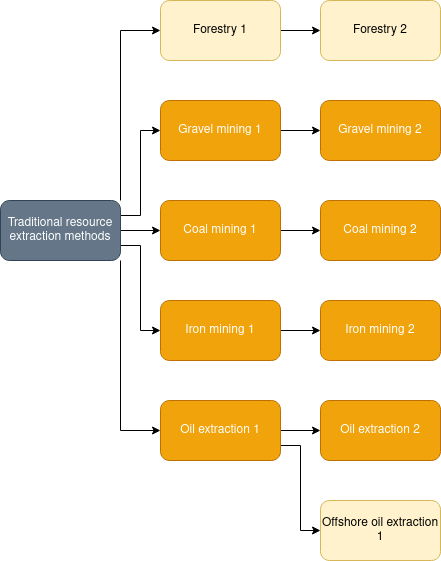
This is resources/primary-industries.png from cit1zen/workers-and-resources-community-tech-tree, a draw.io export, as it was before one commit. Source tidied: cells renumbered, new cells last; positions are measured from the earlier drawing's top-left corner, leaving out a move shared by most shapes. Source of this version:
```xml
<mxGraphModel>
  <root>
    <mxCell id="0" />
    <mxCell id="1" parent="0" />
    <mxCell id="2" style="edgeStyle=orthogonalEdgeStyle;rounded=0;jettySize=auto;html=1;exitX=1;exitY=0.5;exitDx=0;exitDy=0;entryX=0;entryY=0.5;entryDx=0;entryDy=0;" parent="1" edge="1" source="7" target="17">
      <mxGeometry relative="1" as="geometry" />
    </mxCell>
    <mxCell id="3" style="edgeStyle=orthogonalEdgeStyle;rounded=0;jettySize=auto;html=1;exitX=1;exitY=0.25;exitDx=0;exitDy=0;entryX=0;entryY=0.5;entryDx=0;entryDy=0;" parent="1" edge="1" source="7" target="20">
      <mxGeometry relative="1" as="geometry" />
    </mxCell>
    <mxCell id="4" style="edgeStyle=orthogonalEdgeStyle;rounded=0;jettySize=auto;html=1;exitX=1;exitY=0.75;exitDx=0;exitDy=0;entryX=0;entryY=0.5;entryDx=0;entryDy=0;" parent="1" edge="1" source="7" target="14">
      <mxGeometry relative="1" as="geometry" />
    </mxCell>
    <mxCell id="5" style="edgeStyle=orthogonalEdgeStyle;rounded=0;jettySize=auto;html=1;exitX=1;exitY=1;exitDx=0;exitDy=0;entryX=0;entryY=0.5;entryDx=0;entryDy=0;" parent="1" edge="1" source="7" target="10">
      <mxGeometry relative="1" as="geometry" />
    </mxCell>
    <mxCell id="6" style="edgeStyle=orthogonalEdgeStyle;rounded=0;jettySize=auto;html=1;exitX=1;exitY=0;exitDx=0;exitDy=0;entryX=0;entryY=0.5;entryDx=0;entryDy=0;" parent="1" edge="1" source="7" target="22">
      <mxGeometry relative="1" as="geometry" />
    </mxCell>
    <mxCell id="7" value="Traditional resource extraction methods" style="rounded=1;whiteSpace=wrap;html=1;fillColor=#647687;strokeColor=#314354;fontColor=#ffffff;" parent="1" vertex="1">
      <mxGeometry y="200" width="120" height="60" as="geometry" />
    </mxCell>
    <mxCell id="8" style="edgeStyle=orthogonalEdgeStyle;rounded=0;jettySize=auto;html=1;exitX=1;exitY=0.5;exitDx=0;exitDy=0;entryX=0;entryY=0.5;entryDx=0;entryDy=0;" parent="1" edge="1" source="10" target="11">
      <mxGeometry relative="1" as="geometry" />
    </mxCell>
    <mxCell id="9" style="edgeStyle=orthogonalEdgeStyle;rounded=0;jettySize=auto;html=1;exitX=1;exitY=0.75;exitDx=0;exitDy=0;entryX=0;entryY=0.5;entryDx=0;entryDy=0;" parent="1" edge="1" source="10" target="12">
      <mxGeometry relative="1" as="geometry" />
    </mxCell>
    <mxCell id="10" value="Oil extraction 1" style="rounded=1;whiteSpace=wrap;html=1;fillColor=#f0a30a;strokeColor=#BD7000;fontColor=#ffffff;" parent="1" vertex="1">
      <mxGeometry x="160" y="400" width="120" height="60" as="geometry" />
    </mxCell>
    <mxCell id="11" value="Oil extraction 2" style="rounded=1;whiteSpace=wrap;html=1;fillColor=#f0a30a;strokeColor=#BD7000;fontColor=#ffffff;" parent="1" vertex="1">
      <mxGeometry x="320" y="400" width="120" height="60" as="geometry" />
    </mxCell>
    <mxCell id="12" value="Offshore oil extraction 1" style="rounded=1;whiteSpace=wrap;html=1;fillColor=#fff2cc;strokeColor=#d6b656;" parent="1" vertex="1">
      <mxGeometry x="320" y="500" width="120" height="60" as="geometry" />
    </mxCell>
    <mxCell id="13" style="edgeStyle=orthogonalEdgeStyle;rounded=0;jettySize=auto;html=1;exitX=1;exitY=0.5;exitDx=0;exitDy=0;entryX=0;entryY=0.5;entryDx=0;entryDy=0;" parent="1" edge="1" source="14" target="15">
      <mxGeometry relative="1" as="geometry" />
    </mxCell>
    <mxCell id="14" value="Iron mining 1" style="rounded=1;whiteSpace=wrap;html=1;fillColor=#f0a30a;strokeColor=#BD7000;fontColor=#ffffff;" parent="1" vertex="1">
      <mxGeometry x="160" y="300" width="120" height="60" as="geometry" />
    </mxCell>
    <mxCell id="15" value="Iron mining 2" style="rounded=1;whiteSpace=wrap;html=1;fillColor=#f0a30a;strokeColor=#BD7000;fontColor=#ffffff;" parent="1" vertex="1">
      <mxGeometry x="320" y="300" width="120" height="60" as="geometry" />
    </mxCell>
    <mxCell id="16" style="edgeStyle=orthogonalEdgeStyle;rounded=0;jettySize=auto;html=1;exitX=1;exitY=0.5;exitDx=0;exitDy=0;entryX=0;entryY=0.5;entryDx=0;entryDy=0;" parent="1" edge="1" source="17" target="18">
      <mxGeometry relative="1" as="geometry" />
    </mxCell>
    <mxCell id="17" value="Coal mining 1" style="rounded=1;whiteSpace=wrap;html=1;fillColor=#f0a30a;strokeColor=#BD7000;fontColor=#ffffff;" parent="1" vertex="1">
      <mxGeometry x="160" y="200" width="120" height="60" as="geometry" />
    </mxCell>
    <mxCell id="18" value="Coal mining 2" style="rounded=1;whiteSpace=wrap;html=1;fillColor=#f0a30a;strokeColor=#BD7000;fontColor=#ffffff;" parent="1" vertex="1">
      <mxGeometry x="320" y="200" width="120" height="60" as="geometry" />
    </mxCell>
    <mxCell id="19" style="edgeStyle=orthogonalEdgeStyle;rounded=0;jettySize=auto;html=1;exitX=1;exitY=0.5;exitDx=0;exitDy=0;entryX=0;entryY=0.5;entryDx=0;entryDy=0;" parent="1" edge="1" source="20" target="23">
      <mxGeometry relative="1" as="geometry" />
    </mxCell>
    <mxCell id="20" value="Gravel mining 1" style="rounded=1;whiteSpace=wrap;html=1;fillColor=#f0a30a;strokeColor=#BD7000;fontColor=#ffffff;" parent="1" vertex="1">
      <mxGeometry x="160" y="100" width="120" height="60" as="geometry" />
    </mxCell>
    <mxCell id="21" style="edgeStyle=orthogonalEdgeStyle;rounded=0;jettySize=auto;html=1;exitX=1;exitY=0.5;exitDx=0;exitDy=0;" parent="1" edge="1" source="22" target="24">
      <mxGeometry relative="1" as="geometry" />
    </mxCell>
    <mxCell id="22" value="Forestry 1" style="rounded=1;whiteSpace=wrap;html=1;fillColor=#fff2cc;strokeColor=#d6b656;" parent="1" vertex="1">
      <mxGeometry x="160" width="120" height="60" as="geometry" />
    </mxCell>
    <mxCell id="23" value="Gravel mining 2" style="rounded=1;whiteSpace=wrap;html=1;fillColor=#f0a30a;strokeColor=#BD7000;fontColor=#ffffff;" parent="1" vertex="1">
      <mxGeometry x="320" y="100" width="120" height="60" as="geometry" />
    </mxCell>
    <mxCell id="24" value="Forestry 2" style="rounded=1;whiteSpace=wrap;html=1;fillColor=#fff2cc;strokeColor=#d6b656;" parent="1" vertex="1">
      <mxGeometry x="320" width="120" height="60" as="geometry" />
    </mxCell>
  </root>
</mxGraphModel>
```
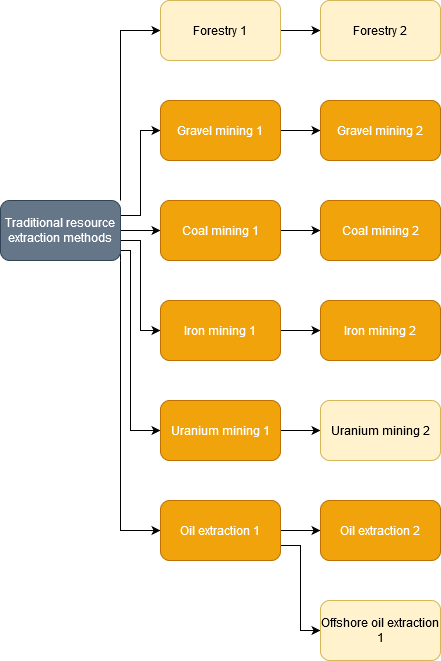
After the change.

Diff of the diagram source:
```diff
@@ -9,7 +9,13 @@
       <mxGeometry relative="1" as="geometry" />
     </mxCell>
     <mxCell id="4" style="edgeStyle=orthogonalEdgeStyle;rounded=0;jettySize=auto;html=1;exitX=1;exitY=0.75;exitDx=0;exitDy=0;entryX=0;entryY=0.5;entryDx=0;entryDy=0;" parent="1" edge="1" source="7" target="14">
-      <mxGeometry relative="1" as="geometry" />
+      <mxGeometry relative="1" as="geometry">
+        <Array as="points">
+          <mxPoint x="120" y="240" />
+          <mxPoint x="140" y="240" />
+          <mxPoint x="140" y="330" />
+        </Array>
+      </mxGeometry>
     </mxCell>
     <mxCell id="5" style="edgeStyle=orthogonalEdgeStyle;rounded=0;jettySize=auto;html=1;exitX=1;exitY=1;exitDx=0;exitDy=0;entryX=0;entryY=0.5;entryDx=0;entryDy=0;" parent="1" edge="1" source="7" target="10">
       <mxGeometry relative="1" as="geometry" />
@@ -17,6 +23,15 @@
     <mxCell id="6" style="edgeStyle=orthogonalEdgeStyle;rounded=0;jettySize=auto;html=1;exitX=1;exitY=0;exitDx=0;exitDy=0;entryX=0;entryY=0.5;entryDx=0;entryDy=0;" parent="1" edge="1" source="7" target="22">
       <mxGeometry relative="1" as="geometry" />
     </mxCell>
+    <mxCell id="25" style="edgeStyle=orthogonalEdgeStyle;rounded=0;jettySize=auto;html=1;exitX=1;exitY=1;exitDx=0;exitDy=0;entryX=0;entryY=0.5;entryDx=0;entryDy=0;" parent="1" edge="1" source="7" target="27">
+      <mxGeometry relative="1" as="geometry">
+        <Array as="points">
+          <mxPoint x="120" y="250" />
+          <mxPoint x="130" y="250" />
+          <mxPoint x="130" y="430" />
+        </Array>
+      </mxGeometry>
+    </mxCell>
     <mxCell id="7" value="Traditional resource extraction methods" style="rounded=1;whiteSpace=wrap;html=1;fillColor=#647687;strokeColor=#314354;fontColor=#ffffff;" parent="1" vertex="1">
       <mxGeometry y="200" width="120" height="60" as="geometry" />
     </mxCell>
@@ -27,13 +42,13 @@
       <mxGeometry relative="1" as="geometry" />
     </mxCell>
     <mxCell id="10" value="Oil extraction 1" style="rounded=1;whiteSpace=wrap;html=1;fillColor=#f0a30a;strokeColor=#BD7000;fontColor=#ffffff;" parent="1" vertex="1">
-      <mxGeometry x="160" y="400" width="120" height="60" as="geometry" />
+      <mxGeometry x="160" y="500" width="120" height="60" as="geometry" />
     </mxCell>
     <mxCell id="11" value="Oil extraction 2" style="rounded=1;whiteSpace=wrap;html=1;fillColor=#f0a30a;strokeColor=#BD7000;fontColor=#ffffff;" parent="1" vertex="1">
-      <mxGeometry x="320" y="400" width="120" height="60" as="geometry" />
+      <mxGeometry x="320" y="500" width="120" height="60" as="geometry" />
     </mxCell>
     <mxCell id="12" value="Offshore oil extraction 1" style="rounded=1;whiteSpace=wrap;html=1;fillColor=#fff2cc;strokeColor=#d6b656;" parent="1" vertex="1">
-      <mxGeometry x="320" y="500" width="120" height="60" as="geometry" />
+      <mxGeometry x="320" y="600" width="120" height="60" as="geometry" />
     </mxCell>
     <mxCell id="13" style="edgeStyle=orthogonalEdgeStyle;rounded=0;jettySize=auto;html=1;exitX=1;exitY=0.5;exitDx=0;exitDy=0;entryX=0;entryY=0.5;entryDx=0;entryDy=0;" parent="1" edge="1" source="14" target="15">
       <mxGeometry relative="1" as="geometry" />
@@ -71,5 +86,14 @@
     <mxCell id="24" value="Forestry 2" style="rounded=1;whiteSpace=wrap;html=1;fillColor=#fff2cc;strokeColor=#d6b656;" parent="1" vertex="1">
       <mxGeometry x="320" width="120" height="60" as="geometry" />
     </mxCell>
+    <mxCell id="26" style="edgeStyle=orthogonalEdgeStyle;rounded=0;jettySize=auto;html=1;exitX=1;exitY=0.5;exitDx=0;exitDy=0;entryX=0;entryY=0.5;entryDx=0;entryDy=0;" parent="1" edge="1" source="27" target="28">
+      <mxGeometry relative="1" as="geometry" />
+    </mxCell>
+    <mxCell id="27" value="Uranium mining 1" style="rounded=1;whiteSpace=wrap;html=1;fillColor=#f0a30a;strokeColor=#BD7000;fontColor=#ffffff;" parent="1" vertex="1">
+      <mxGeometry x="160" y="400" width="120" height="60" as="geometry" />
+    </mxCell>
+    <mxCell id="28" value="Uranium mining 2" style="rounded=1;whiteSpace=wrap;html=1;fillColor=#fff2cc;strokeColor=#d6b656;" parent="1" vertex="1">
+      <mxGeometry x="320" y="400" width="120" height="60" as="geometry" />
+    </mxCell>
   </root>
 </mxGraphModel>
```
